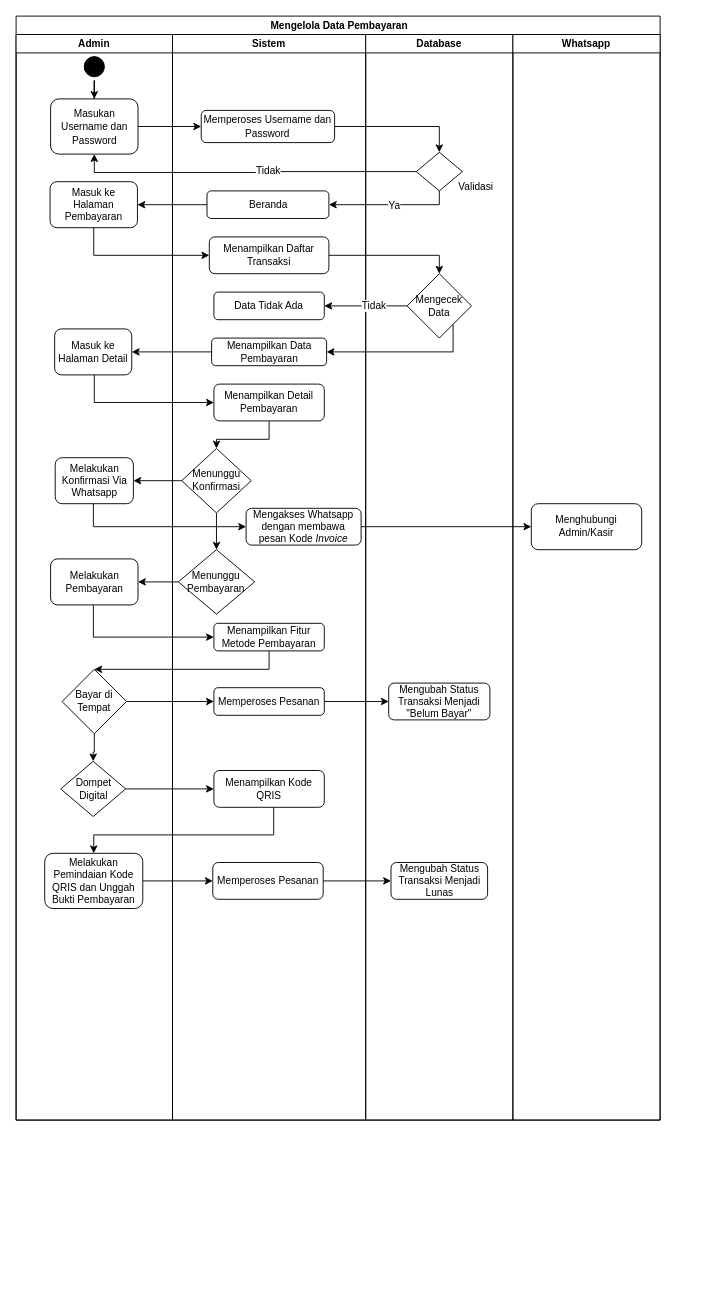
The draw.io diagram page "Mengelola Data Transaksi" (8 of 11) of Untitled Diagram.drawio (1).drawio in WildanMaulana17/admin.cafe17purwokerto, before the edit. Source tidied: cells renumbered, new cells numbered last; positions are measured from the earlier drawing's top-left corner, leaving out a move shared by most shapes. Both pictures are drawn from the tidied source at 92%, with x=0, y=0 at pixel (16, 16).
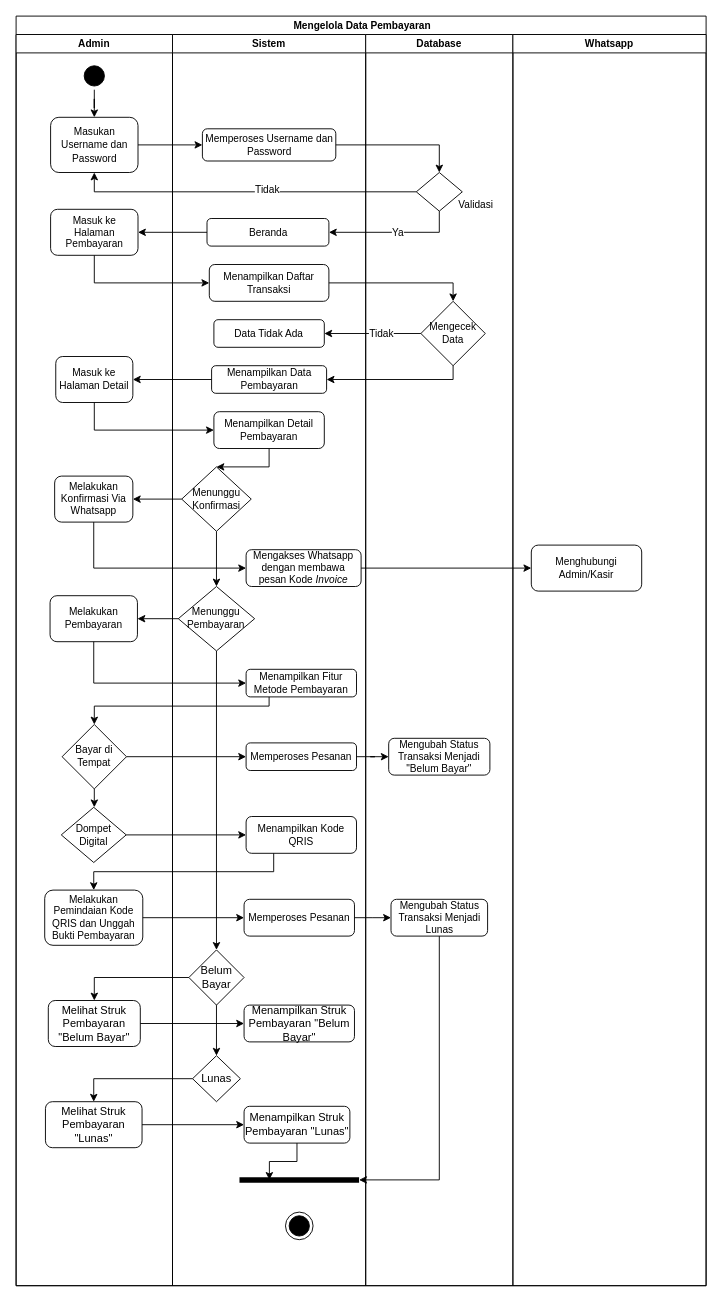
Above is the later version.

What changed in the source:
```diff
@@
     <mxCell id="2" value=" Mengelola Data Pembayaran" style="swimlane;startSize=20;fontSize=11;strokeColor=#000000;" parent="1" vertex="1">
-      <mxGeometry width="700" height="1200" as="geometry" />
+      <mxGeometry width="750" height="1380" as="geometry" />
     </mxCell>
     <mxCell id="3" value="Admin" style="swimlane;startSize=20;fontSize=11;strokeColor=#000000;" parent="2" vertex="1">
-      <mxGeometry y="20" width="170" height="1180" as="geometry" />
+      <mxGeometry y="20" width="170" height="1360" as="geometry" />
     </mxCell>
@@
     <mxCell id="5" style="ellipse;html=1;shape=startState;fillColor=#000000;strokeColor=#000000;" parent="3" vertex="1">
-      <mxGeometry x="70" y="20" width="30" height="30" as="geometry" />
+      <mxGeometry x="70" y="30" width="30" height="30" as="geometry" />
     </mxCell>
     <mxCell id="6" value="&lt;font style=&quot;font-size: 11px&quot;&gt;Masukan Username dan Password&lt;/font&gt;" style="rounded=1;whiteSpace=wrap;html=1;strokeColor=#000000;" parent="3" vertex="1">
-      <mxGeometry x="37.5" y="70" width="95" height="60" as="geometry" />
+      <mxGeometry x="37.5" y="90" width="95" height="60" as="geometry" />
     </mxCell>
     <mxCell id="7" value="Masuk ke Halaman Pembayaran" style="rounded=1;whiteSpace=wrap;html=1;fontSize=11;strokeColor=#000000;" parent="3" vertex="1">
-      <mxGeometry x="36.9" y="160" width="95" height="50" as="geometry" />
+      <mxGeometry x="37.5" y="190" width="95" height="50" as="geometry" />
     </mxCell>
     <mxCell id="8" value="Masuk ke Halaman Detail" style="rounded=1;whiteSpace=wrap;html=1;fontSize=11;strokeColor=#000000;" parent="3" vertex="1">
-      <mxGeometry x="41.9" y="320" width="83.8" height="50" as="geometry" />
+      <mxGeometry x="43.1" y="350" width="83.8" height="50" as="geometry" />
     </mxCell>
     <mxCell id="9" value="Melakukan Konfirmasi Via Whatsapp" style="rounded=1;whiteSpace=wrap;html=1;fontSize=11;strokeColor=#000000;" parent="3" vertex="1">
-      <mxGeometry x="42.5" y="460" width="85" height="50" as="geometry" />
+      <mxGeometry x="41.9" y="480" width="85" height="50" as="geometry" />
     </mxCell>
     <mxCell id="10" value="Melakukan Pembayaran" style="rounded=1;whiteSpace=wrap;html=1;fontSize=11;strokeColor=#000000;" parent="3" vertex="1">
-      <mxGeometry x="37.5" y="570" width="95" height="50" as="geometry" />
+      <mxGeometry x="36.9" y="610" width="95" height="50" as="geometry" />
     </mxCell>
@@
     <mxCell id="12" value="Bayar di Tempat" style="rhombus;whiteSpace=wrap;html=1;fontSize=11;strokeColor=#000000;" parent="3" vertex="1">
-      <mxGeometry x="50" y="690" width="70" height="70" as="geometry" />
+      <mxGeometry x="50" y="750" width="70" height="70" as="geometry" />
     </mxCell>
     <mxCell id="13" value="Dompet Digital" style="rhombus;whiteSpace=wrap;html=1;fontSize=11;strokeColor=#000000;" parent="3" vertex="1">
-      <mxGeometry x="48.5" y="790" width="70.6" height="60" as="geometry" />
+      <mxGeometry x="49.1" y="840" width="70.6" height="60" as="geometry" />
     </mxCell>
     <mxCell id="14" value="Melakukan Pemindaian Kode QRIS dan Unggah Bukti Pembayaran" style="rounded=1;whiteSpace=wrap;html=1;fontSize=11;strokeColor=#000000;" parent="3" vertex="1">
-      <mxGeometry x="31.1" y="890" width="106.6" height="60" as="geometry" />
+      <mxGeometry x="31.1" y="930" width="106.6" height="60" as="geometry" />
     </mxCell>
+    <mxCell id="65" value="Melihat Struk Pembayaran &quot;Belum Bayar&quot;" style="rounded=1;whiteSpace=wrap;html=1;strokeColor=#000000;" parent="3" vertex="1">
+      <mxGeometry x="35" y="1050" width="100" height="50" as="geometry" />
+    </mxCell>
+    <mxCell id="66" value="Melihat Struk Pembayaran &quot;Lunas&quot;" style="rounded=1;whiteSpace=wrap;html=1;strokeColor=#000000;" parent="3" vertex="1">
+      <mxGeometry x="31.9" y="1160" width="105" height="50" as="geometry" />
+    </mxCell>
     <mxCell id="15" value="Sistem" style="swimlane;startSize=20;fontSize=11;strokeColor=#000000;" parent="2" vertex="1">
-      <mxGeometry x="170" y="20" width="210" height="1180" as="geometry" />
+      <mxGeometry x="170" y="20" width="210" height="1360" as="geometry" />
     </mxCell>
     <mxCell id="16" value="&lt;font style=&quot;font-size: 11px&quot;&gt;Memperoses Username dan Password&lt;/font&gt;" style="rounded=1;whiteSpace=wrap;html=1;strokeColor=#000000;" parent="15" vertex="1">
-      <mxGeometry x="31.2" y="82.5" width="145" height="35" as="geometry" />
+      <mxGeometry x="32.5" y="102.5" width="145" height="35" as="geometry" />
     </mxCell>
     <mxCell id="17" value="Beranda" style="rounded=1;whiteSpace=wrap;html=1;fontSize=11;strokeColor=#000000;" parent="15" vertex="1">
-      <mxGeometry x="37.5" y="170" width="132.5" height="30" as="geometry" />
+      <mxGeometry x="37.5" y="200" width="132.5" height="30" as="geometry" />
     </mxCell>
     <mxCell id="18" value="Menampilkan Daftar Transaksi" style="rounded=1;whiteSpace=wrap;html=1;fontSize=11;strokeColor=#000000;" parent="15" vertex="1">
-      <mxGeometry x="40" y="220" width="130" height="40" as="geometry" />
+      <mxGeometry x="40" y="250" width="130" height="40" as="geometry" />
     </mxCell>
     <mxCell id="19" value="Data Tidak Ada" style="rounded=1;whiteSpace=wrap;html=1;fontSize=11;strokeColor=#000000;" parent="15" vertex="1">
-      <mxGeometry x="45" y="280" width="120" height="30" as="geometry" />
+      <mxGeometry x="45" y="310" width="120" height="30" as="geometry" />
     </mxCell>
     <mxCell id="20" value="Menampilkan Data Pembayaran" style="rounded=1;whiteSpace=wrap;html=1;fontSize=11;strokeColor=#000000;" parent="15" vertex="1">
-      <mxGeometry x="42.5" y="330" width="125" height="30" as="geometry" />
+      <mxGeometry x="42.5" y="360" width="125" height="30" as="geometry" />
     </mxCell>
@@
     <mxCell id="22" value="Menampilkan Detail Pembayaran" style="rounded=1;whiteSpace=wrap;html=1;fontSize=11;strokeColor=#000000;" parent="15" vertex="1">
-      <mxGeometry x="45" y="380" width="120" height="40" as="geometry" />
+      <mxGeometry x="45" y="410" width="120" height="40" as="geometry" />
     </mxCell>
@@
     <mxCell id="24" value="Menunggu Konfirmasi" style="rhombus;whiteSpace=wrap;html=1;fontSize=11;strokeColor=#000000;" parent="15" vertex="1">
-      <mxGeometry x="10" y="450" width="75.6" height="70" as="geometry" />
+      <mxGeometry x="10" y="470" width="75.6" height="70" as="geometry" />
     </mxCell>
     <mxCell id="25" value="Mengakses Whatsapp dengan membawa pesan Kode &lt;i&gt;Invoice&lt;/i&gt;" style="rounded=1;whiteSpace=wrap;html=1;fontSize=11;strokeColor=#000000;" parent="15" vertex="1">
-      <mxGeometry x="80" y="515" width="125" height="40" as="geometry" />
+      <mxGeometry x="80" y="560" width="125" height="40" as="geometry" />
     </mxCell>
+    <mxCell id="67" style="edgeStyle=orthogonalEdgeStyle;rounded=0;jettySize=auto;html=1;entryX=0.5;entryY=0;entryDx=0;entryDy=0;strokeColor=#000000;" parent="15" edge="1" source="26" target="69">
+      <mxGeometry relative="1" as="geometry" />
+    </mxCell>
     <mxCell id="26" value="Menunggu Pembayaran" style="rhombus;whiteSpace=wrap;html=1;fontSize=11;strokeColor=#000000;" parent="15" vertex="1">
-      <mxGeometry x="6.3" y="560" width="83" height="70" as="geometry" />
+      <mxGeometry x="6.3" y="600" width="83" height="70" as="geometry" />
     </mxCell>
     <mxCell id="27" value="Menampilkan Fitur Metode Pembayaran" style="rounded=1;whiteSpace=wrap;html=1;fontSize=11;strokeColor=#000000;" parent="15" vertex="1">
-      <mxGeometry x="45" y="640" width="120" height="30" as="geometry" />
+      <mxGeometry x="80" y="690" width="120" height="30" as="geometry" />
     </mxCell>
     <mxCell id="28" value="Memperoses Pesanan" style="rounded=1;whiteSpace=wrap;html=1;fontSize=11;strokeColor=#000000;" parent="15" vertex="1">
-      <mxGeometry x="45" y="710" width="120" height="30" as="geometry" />
+      <mxGeometry x="80" y="770" width="120" height="30" as="geometry" />
     </mxCell>
     <mxCell id="29" value="Menampilkan Kode QRIS" style="rounded=1;whiteSpace=wrap;html=1;fontSize=11;strokeColor=#000000;" parent="15" vertex="1">
-      <mxGeometry x="45" y="800" width="120" height="40" as="geometry" />
+      <mxGeometry x="80" y="850" width="120" height="40" as="geometry" />
     </mxCell>
     <mxCell id="30" value="Memperoses Pesanan" style="rounded=1;whiteSpace=wrap;html=1;fontSize=11;strokeColor=#000000;" parent="15" vertex="1">
-      <mxGeometry x="43.8" y="900" width="120" height="40" as="geometry" />
+      <mxGeometry x="77.8" y="940" width="120" height="40" as="geometry" />
     </mxCell>
+    <mxCell id="68" style="edgeStyle=orthogonalEdgeStyle;rounded=0;jettySize=auto;html=1;entryX=0.5;entryY=0;entryDx=0;entryDy=0;strokeColor=#000000;" parent="15" edge="1" source="69" target="71">
+      <mxGeometry relative="1" as="geometry" />
+    </mxCell>
+    <mxCell id="69" value="Belum Bayar" style="rhombus;whiteSpace=wrap;html=1;strokeColor=#000000;" parent="15" vertex="1">
+      <mxGeometry x="17.8" y="995" width="60" height="60" as="geometry" />
+    </mxCell>
+    <mxCell id="70" value="Menampilkan Struk Pembayaran &quot;Belum Bayar&quot;" style="rounded=1;whiteSpace=wrap;html=1;strokeColor=#000000;" parent="15" vertex="1">
+      <mxGeometry x="77.8" y="1055" width="120" height="40" as="geometry" />
+    </mxCell>
+    <mxCell id="71" value="Lunas" style="rhombus;whiteSpace=wrap;html=1;strokeColor=#000000;" parent="15" vertex="1">
+      <mxGeometry x="21.8" y="1110" width="52" height="50" as="geometry" />
+    </mxCell>
+    <mxCell id="72" style="edgeStyle=orthogonalEdgeStyle;rounded=0;jettySize=auto;html=1;entryX=0.25;entryY=0.5;entryDx=0;entryDy=0;entryPerimeter=0;strokeColor=#000000;" parent="15" edge="1" source="73" target="75">
+      <mxGeometry relative="1" as="geometry" />
+    </mxCell>
+    <mxCell id="73" value="Menampilkan Struk Pembayaran &quot;Lunas&quot;" style="rounded=1;whiteSpace=wrap;html=1;strokeColor=#000000;" parent="15" vertex="1">
+      <mxGeometry x="77.8" y="1165" width="115" height="40" as="geometry" />
+    </mxCell>
+    <mxCell id="74" style="ellipse;html=1;shape=endState;fillColor=#000000;strokeColor=#000000;" parent="15" vertex="1">
+      <mxGeometry x="122.8" y="1280" width="30" height="30" as="geometry" />
+    </mxCell>
+    <mxCell id="75" style="shape=line;html=1;strokeWidth=6;strokeColor=#000000;" parent="15" vertex="1">
+      <mxGeometry x="72.8" y="1240" width="130" height="10" as="geometry" />
+    </mxCell>
     <mxCell id="31" value="Database" style="swimlane;startSize=20;fontSize=11;strokeColor=#000000;" parent="2" vertex="1">
-      <mxGeometry x="380" y="20" width="160" height="1180" as="geometry" />
+      <mxGeometry x="380" y="20" width="160" height="1360" as="geometry" />
     </mxCell>
     <mxCell id="32" style="rhombus;whiteSpace=wrap;html=1;strokeColor=#000000;" parent="31" vertex="1">
-      <mxGeometry x="55" y="128" width="50" height="42" as="geometry" />
+      <mxGeometry x="55" y="150" width="50" height="42" as="geometry" />
     </mxCell>
     <mxCell id="33" value="&lt;span style=&quot;font-size: 11px&quot;&gt;Validasi&lt;/span&gt;" style="text;html=1;strokeColor=none;fillColor=none;align=center;verticalAlign=middle;whiteSpace=wrap;rounded=0;" parent="31" vertex="1">
-      <mxGeometry x="90" y="150" width="60" height="30" as="geometry" />
+      <mxGeometry x="90" y="170" width="60" height="30" as="geometry" />
     </mxCell>
     <mxCell id="34" value="Mengecek Data" style="rhombus;whiteSpace=wrap;html=1;fontSize=11;strokeColor=#000000;" parent="31" vertex="1">
-      <mxGeometry x="45" y="260" width="70" height="70" as="geometry" />
+      <mxGeometry x="60" y="290" width="70" height="70" as="geometry" />
     </mxCell>
     <mxCell id="35" value="Mengubah Status Transaksi Menjadi &quot;Belum Bayar&quot;" style="rounded=1;whiteSpace=wrap;html=1;fontSize=11;strokeColor=#000000;" parent="31" vertex="1">
-      <mxGeometry x="25" y="705" width="110" height="40" as="geometry" />
+      <mxGeometry x="25" y="765" width="110" height="40" as="geometry" />
     </mxCell>
     <mxCell id="36" value="Mengubah Status Transaksi Menjadi Lunas" style="rounded=1;whiteSpace=wrap;html=1;fontSize=11;strokeColor=#000000;" parent="31" vertex="1">
-      <mxGeometry x="27.5" y="900" width="105" height="40" as="geometry" />
+      <mxGeometry x="27.5" y="940" width="105" height="40" as="geometry" />
     </mxCell>
@@
     <mxCell id="41" style="edgeStyle=orthogonalEdgeStyle;rounded=0;jettySize=auto;html=1;entryX=1;entryY=0.5;entryDx=0;entryDy=0;fontSize=11;strokeColor=#000000;" parent="2" edge="1" source="32" target="17">
       <mxGeometry relative="1" as="geometry">
         <Array as="points">
-          <mxPoint x="460" y="205" />
+          <mxPoint x="460" y="235" />
         </Array>
       </mxGeometry>
     </mxCell>
@@
     <mxCell id="44" style="edgeStyle=orthogonalEdgeStyle;rounded=0;jettySize=auto;html=1;entryX=0;entryY=0.5;entryDx=0;entryDy=0;fontSize=11;strokeColor=#000000;" parent="2" edge="1" source="7" target="18">
       <mxGeometry relative="1" as="geometry">
         <Array as="points">
-          <mxPoint x="84" y="260" />
+          <mxPoint x="85" y="290" />
         </Array>
       </mxGeometry>
     </mxCell>
@@
     <mxCell id="48" style="edgeStyle=orthogonalEdgeStyle;rounded=0;jettySize=auto;html=1;entryX=1;entryY=0.5;entryDx=0;entryDy=0;fontSize=11;strokeColor=#000000;" parent="2" edge="1" source="34" target="20">
       <mxGeometry relative="1" as="geometry">
         <Array as="points">
-          <mxPoint x="475" y="365" />
+          <mxPoint x="475" y="395" />
         </Array>
       </mxGeometry>
     </mxCell>
@@
     <mxCell id="50" style="edgeStyle=orthogonalEdgeStyle;rounded=0;jettySize=auto;html=1;entryX=0;entryY=0.5;entryDx=0;entryDy=0;fontSize=11;strokeColor=#000000;" parent="2" edge="1" source="8" target="22">
       <mxGeometry relative="1" as="geometry">
         <Array as="points">
-          <mxPoint x="85" y="420" />
+          <mxPoint x="85" y="450" />
         </Array>
       </mxGeometry>
     </mxCell>
@@
     <mxCell id="52" style="edgeStyle=orthogonalEdgeStyle;rounded=0;jettySize=auto;html=1;entryX=0;entryY=0.5;entryDx=0;entryDy=0;fontSize=11;strokeColor=#000000;" parent="2" edge="1" source="9" target="25">
       <mxGeometry relative="1" as="geometry">
         <Array as="points">
-          <mxPoint x="84" y="555" />
+          <mxPoint x="84" y="600" />
         </Array>
       </mxGeometry>
     </mxCell>
@@
     <mxCell id="54" style="edgeStyle=orthogonalEdgeStyle;rounded=0;jettySize=auto;html=1;entryX=0;entryY=0.5;entryDx=0;entryDy=0;fontSize=11;strokeColor=#000000;" parent="2" edge="1" source="10" target="27">
       <mxGeometry relative="1" as="geometry">
         <Array as="points">
-          <mxPoint x="84" y="675" />
+          <mxPoint x="84" y="725" />
         </Array>
       </mxGeometry>
     </mxCell>
     <mxCell id="55" style="edgeStyle=orthogonalEdgeStyle;rounded=0;jettySize=auto;html=1;entryX=0.5;entryY=0;entryDx=0;entryDy=0;fontSize=11;strokeColor=#000000;" parent="2" edge="1" source="27" target="12">
       <mxGeometry relative="1" as="geometry">
         <Array as="points">
-          <mxPoint x="275" y="710" />
+          <mxPoint x="275" y="750" />
         </Array>
       </mxGeometry>
     </mxCell>
@@
     <mxCell id="58" value="Whatsapp" style="swimlane;startSize=20;fontSize=11;strokeColor=#000000;" parent="2" vertex="1">
-      <mxGeometry x="540" y="20" width="160" height="1180" as="geometry" />
+      <mxGeometry x="540" y="20" width="210" height="1360" as="geometry" />
     </mxCell>
     <mxCell id="59" value="Menghubungi Admin/Kasir" style="rounded=1;whiteSpace=wrap;html=1;fontSize=11;strokeColor=#000000;" parent="58" vertex="1">
-      <mxGeometry x="20" y="510" width="120" height="50" as="geometry" />
+      <mxGeometry x="20" y="555" width="120" height="50" as="geometry" />
     </mxCell>
@@
     <mxCell id="62" style="edgeStyle=orthogonalEdgeStyle;rounded=0;jettySize=auto;html=1;entryX=0.5;entryY=0;entryDx=0;entryDy=0;fontSize=11;strokeColor=#000000;" parent="2" edge="1" source="29" target="14">
       <mxGeometry relative="1" as="geometry">
         <Array as="points">
-          <mxPoint x="280" y="890" />
-          <mxPoint x="84" y="890" />
+          <mxPoint x="280" y="930" />
+          <mxPoint x="84" y="930" />
         </Array>
       </mxGeometry>
     </mxCell>
@@
+    <mxCell id="76" style="edgeStyle=orthogonalEdgeStyle;rounded=0;jettySize=auto;html=1;entryX=0.5;entryY=0;entryDx=0;entryDy=0;strokeColor=#000000;" parent="2" edge="1" source="69" target="65">
+      <mxGeometry relative="1" as="geometry" />
+    </mxCell>
+    <mxCell id="77" style="edgeStyle=orthogonalEdgeStyle;rounded=0;jettySize=auto;html=1;entryX=0;entryY=0.5;entryDx=0;entryDy=0;strokeColor=#000000;" parent="2" edge="1" source="65" target="70">
+      <mxGeometry relative="1" as="geometry" />
+    </mxCell>
+    <mxCell id="78" style="edgeStyle=orthogonalEdgeStyle;rounded=0;jettySize=auto;html=1;entryX=0.5;entryY=0;entryDx=0;entryDy=0;strokeColor=#000000;" parent="2" edge="1" source="71" target="66">
+      <mxGeometry relative="1" as="geometry" />
+    </mxCell>
+    <mxCell id="79" style="edgeStyle=orthogonalEdgeStyle;rounded=0;jettySize=auto;html=1;entryX=0;entryY=0.5;entryDx=0;entryDy=0;strokeColor=#000000;" parent="2" edge="1" source="66" target="73">
+      <mxGeometry relative="1" as="geometry" />
+    </mxCell>
+    <mxCell id="80" style="edgeStyle=orthogonalEdgeStyle;rounded=0;jettySize=auto;html=1;entryX=1;entryY=0.5;entryDx=0;entryDy=0;entryPerimeter=0;strokeColor=#000000;" parent="2" edge="1" source="36" target="75">
+      <mxGeometry relative="1" as="geometry">
+        <Array as="points">
+          <mxPoint x="460" y="1265" />
+        </Array>
+      </mxGeometry>
+    </mxCell>
```
